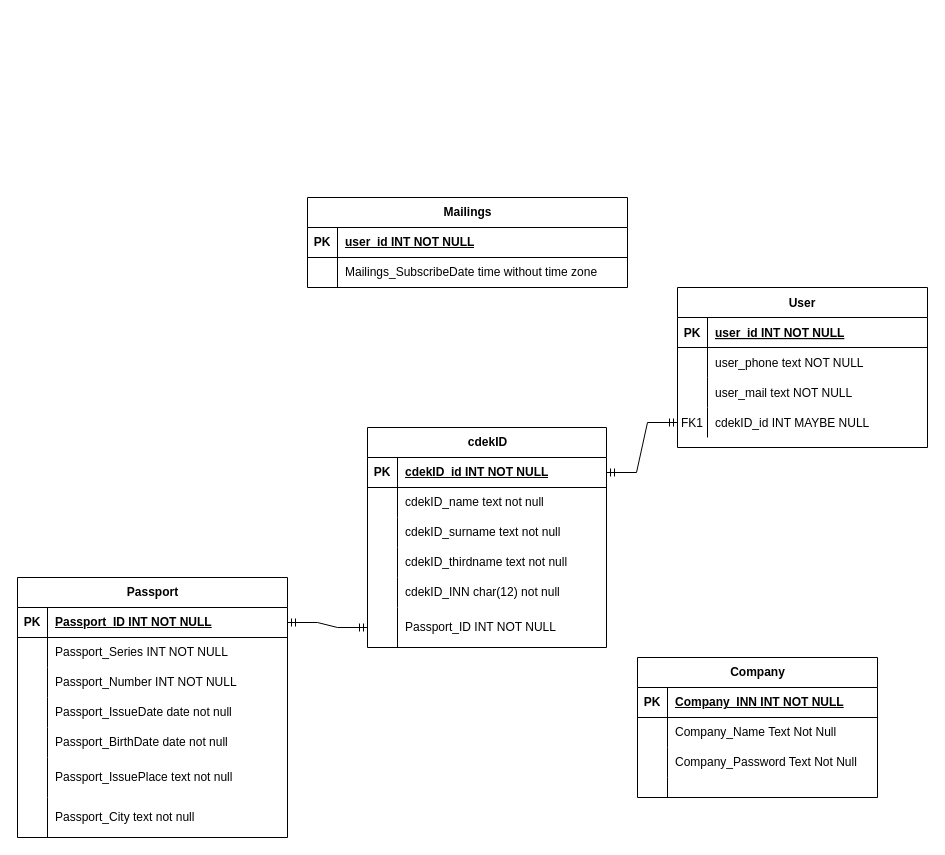
Above: CDEK ER.drawio in krbyhome/UMLdiagrams (draw.io), before the change. Source tidied: cells renumbered, new cells numbered last; positions are measured from the earlier drawing's top-left corner, leaving out a move shared by most shapes. Both pictures are drawn from the tidied source at 100%, with x=0, y=0 at pixel (17, 197).
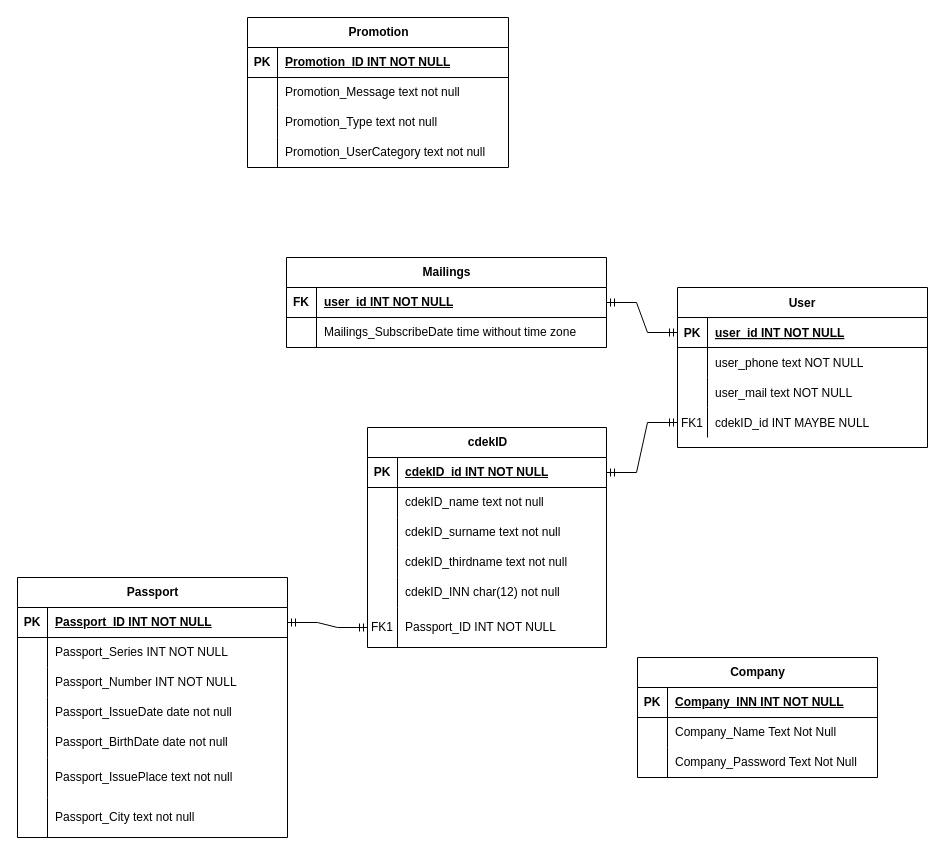
Above is the later version.

Unchanged cells that the change refers to:
```xml
<mxCell id="3" style="shape=partialRectangle;fillColor=none;points=[[0,0.5],[1,0.5]];portConstraint=eastwest;top=0;left=0;right=0;bottom=1;" parent="2" vertex="1">
  <mxGeometry y="30" width="250" height="30" as="geometry" />
</mxCell>
<mxCell id="32" style="shape=tableRow;horizontal=0;startSize=0;swimlaneHead=0;swimlaneBody=0;fillColor=none;points=[[0,0.5],[1,0.5]];portConstraint=eastwest;top=0;left=0;right=0;bottom=0;" parent="16" vertex="1">
  <mxGeometry y="180" width="239" height="40" as="geometry" />
</mxCell>
<mxCell id="72" style="shape=tableRow;horizontal=0;startSize=0;swimlaneHead=0;swimlaneBody=0;fillColor=none;points=[[0,0.5],[1,0.5]];portConstraint=eastwest;top=0;left=0;right=0;bottom=1;" parent="71" vertex="1">
  <mxGeometry y="30" width="320" height="30" as="geometry" />
</mxCell>
```

Diff of the diagram source:
```diff
@@
-    <mxCell id="33" style="shape=partialRectangle;fillColor=none;top=0;left=0;bottom=0;right=0;overflow=hidden;whiteSpace=wrap;html=1;" parent="32" vertex="1">
+    <mxCell id="33" value="FK1" style="shape=partialRectangle;fillColor=none;top=0;left=0;bottom=0;right=0;overflow=hidden;whiteSpace=wrap;html=1;" parent="32" vertex="1">
       <mxGeometry width="30" height="40" as="geometry" />
     </mxCell>
@@
     <mxCell id="58" value="Company" style="shape=table;startSize=30;childLayout=tableLayout;rowLines=0;fontStyle=1;align=center;html=1;" parent="1" vertex="1">
-      <mxGeometry x="620" y="460" width="240" height="140" as="geometry" />
+      <mxGeometry x="620" y="460" width="240" height="120" as="geometry" />
     </mxCell>
@@
-    <mxCell id="68" style="shape=tableRow;horizontal=0;startSize=0;swimlaneHead=0;swimlaneBody=0;fillColor=none;top=0;left=0;right=0;bottom=0;" parent="58" vertex="1">
-      <mxGeometry y="120" width="240" height="20" as="geometry" />
-    </mxCell>
-    <mxCell id="69" style="shape=partialRectangle;fillColor=none;top=0;left=0;bottom=0;right=0;overflow=hidden;whiteSpace=wrap;html=1;" parent="68" vertex="1">
-      <mxGeometry width="30" height="20" as="geometry" />
-    </mxCell>
-    <mxCell id="70" style="shape=partialRectangle;fillColor=none;top=0;left=0;bottom=0;right=0;align=left;spacingLeft=6;overflow=hidden;whiteSpace=wrap;html=1;" parent="68" vertex="1">
-      <mxGeometry x="30" width="210" height="20" as="geometry" />
-    </mxCell>
     <mxCell id="71" value="Mailings" style="shape=table;startSize=30;childLayout=tableLayout;rowLines=0;fontStyle=1;align=center;html=1;" parent="1" vertex="1">
-      <mxGeometry x="290" width="320" height="90" as="geometry" />
+      <mxGeometry x="269" y="60" width="320" height="90" as="geometry" />
     </mxCell>
@@
-    <mxCell id="73" value="PK" style="shape=partialRectangle;fillColor=none;top=0;left=0;bottom=0;right=0;fontStyle=1;overflow=hidden;whiteSpace=wrap;html=1;" parent="72" vertex="1">
+    <mxCell id="73" value="FK" style="shape=partialRectangle;fillColor=none;top=0;left=0;bottom=0;right=0;fontStyle=1;overflow=hidden;whiteSpace=wrap;html=1;" parent="72" vertex="1">
       <mxGeometry width="30" height="30" as="geometry" />
     </mxCell>
@@
+    <mxCell id="78" style="edgeStyle=entityRelationEdgeStyle;fontSize=12;html=1;endArrow=ERmandOne;startArrow=ERmandOne;rounded=0;entryX=0;entryY=0.5;entryDx=0;entryDy=0;exitX=1;exitY=0.5;exitDx=0;exitDy=0;" parent="1" edge="1" source="72" target="3">
+      <mxGeometry relative="1" as="geometry" />
+    </mxCell>
+    <mxCell id="79" value="Promotion" style="shape=table;startSize=30;childLayout=tableLayout;rowLines=0;fontStyle=1;align=center;html=1;" parent="1" vertex="1">
+      <mxGeometry x="230" y="-180" width="261" height="150" as="geometry" />
+    </mxCell>
+    <mxCell id="80" style="shape=tableRow;horizontal=0;startSize=0;swimlaneHead=0;swimlaneBody=0;fillColor=none;top=0;left=0;right=0;bottom=1;" parent="79" vertex="1">
+      <mxGeometry y="30" width="261" height="30" as="geometry" />
+    </mxCell>
+    <mxCell id="81" value="PK" style="shape=partialRectangle;fillColor=none;top=0;left=0;bottom=0;right=0;fontStyle=1;overflow=hidden;whiteSpace=wrap;html=1;" parent="80" vertex="1">
+      <mxGeometry width="30" height="30" as="geometry" />
+    </mxCell>
+    <mxCell id="82" value="Promotion_ID INT NOT NULL" style="shape=partialRectangle;fillColor=none;top=0;left=0;bottom=0;right=0;align=left;spacingLeft=6;fontStyle=5;overflow=hidden;whiteSpace=wrap;html=1;" parent="80" vertex="1">
+      <mxGeometry x="30" width="231" height="30" as="geometry" />
+    </mxCell>
+    <mxCell id="83" style="shape=tableRow;horizontal=0;startSize=0;swimlaneHead=0;swimlaneBody=0;fillColor=none;top=0;left=0;right=0;bottom=0;" parent="79" vertex="1">
+      <mxGeometry y="60" width="261" height="30" as="geometry" />
+    </mxCell>
+    <mxCell id="84" style="shape=partialRectangle;fillColor=none;top=0;left=0;bottom=0;right=0;overflow=hidden;whiteSpace=wrap;html=1;" parent="83" vertex="1">
+      <mxGeometry width="30" height="30" as="geometry" />
+    </mxCell>
+    <mxCell id="85" value="Promotion_Message text not null" style="shape=partialRectangle;fillColor=none;top=0;left=0;bottom=0;right=0;align=left;spacingLeft=6;overflow=hidden;whiteSpace=wrap;html=1;" parent="83" vertex="1">
+      <mxGeometry x="30" width="231" height="30" as="geometry" />
+    </mxCell>
+    <mxCell id="86" style="shape=tableRow;horizontal=0;startSize=0;swimlaneHead=0;swimlaneBody=0;fillColor=none;top=0;left=0;right=0;bottom=0;" parent="79" vertex="1">
+      <mxGeometry y="90" width="261" height="30" as="geometry" />
+    </mxCell>
+    <mxCell id="87" style="shape=partialRectangle;fillColor=none;top=0;left=0;bottom=0;right=0;overflow=hidden;whiteSpace=wrap;html=1;" parent="86" vertex="1">
+      <mxGeometry width="30" height="30" as="geometry" />
+    </mxCell>
+    <mxCell id="88" value="Promotion_Type text not null" style="shape=partialRectangle;fillColor=none;top=0;left=0;bottom=0;right=0;align=left;spacingLeft=6;overflow=hidden;whiteSpace=wrap;html=1;" parent="86" vertex="1">
+      <mxGeometry x="30" width="231" height="30" as="geometry" />
+    </mxCell>
+    <mxCell id="89" style="shape=tableRow;horizontal=0;startSize=0;swimlaneHead=0;swimlaneBody=0;fillColor=none;top=0;left=0;right=0;bottom=0;" parent="79" vertex="1">
+      <mxGeometry y="120" width="261" height="30" as="geometry" />
+    </mxCell>
+    <mxCell id="90" style="shape=partialRectangle;fillColor=none;top=0;left=0;bottom=0;right=0;overflow=hidden;whiteSpace=wrap;html=1;" parent="89" vertex="1">
+      <mxGeometry width="30" height="30" as="geometry" />
+    </mxCell>
+    <mxCell id="91" value="Promotion_UserCategory text not null" style="shape=partialRectangle;fillColor=none;top=0;left=0;bottom=0;right=0;align=left;spacingLeft=6;overflow=hidden;whiteSpace=wrap;html=1;" parent="89" vertex="1">
+      <mxGeometry x="30" width="231" height="30" as="geometry" />
+    </mxCell>
```
